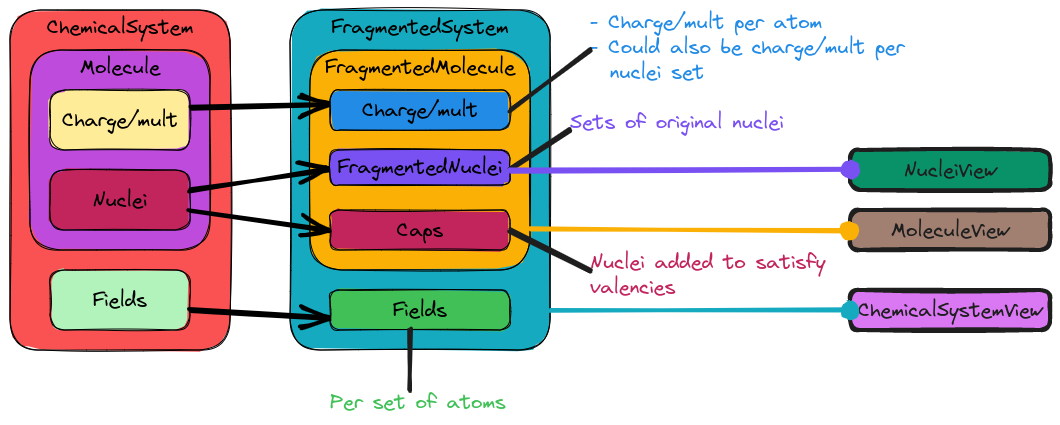
NWChemEx/Chemist keeps this Excalidraw diagram as docs/source/developer/design/chemistry/assets/fragmented_system.png. Above is the earlier version. Source tidied: one line per element, renumbered; positions are measured from the earlier drawing's top-left corner, leaving out a move shared by most shapes.
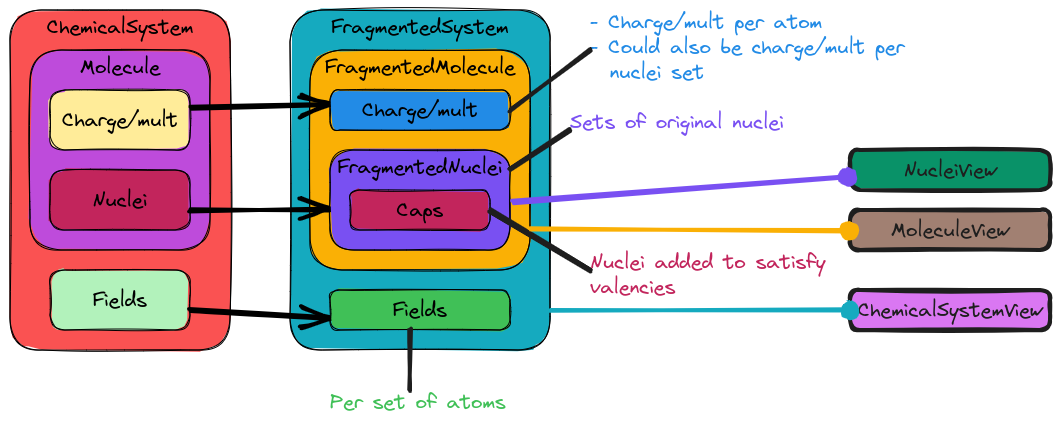
After the commit.

Diff of the diagram source:
```diff
@@ -8,15 +8,14 @@
 {"id": 7, "type": "text", "text": "Molecule", "strokeColor": "#000000", "strokeWidth": 1, "roughness": 1, "fontSize": 20, "fontFamily": 1, "textAlign": "center", "inside": 6, "x": 70, "y": 45, "width": 80, "height": 25}
 {"id": 8, "type": "rectangle", "strokeColor": "#000000", "backgroundColor": "#c2255c", "fillStyle": "solid", "strokeWidth": 1, "roughness": 1, "round": true, "x": 40, "y": 160, "width": 140, "height": 60}
 {"id": 9, "type": "text", "text": "Nuclei", "strokeColor": "#000000", "strokeWidth": 1, "roughness": 1, "fontSize": 20, "fontFamily": 1, "textAlign": "center", "verticalAlign": "middle", "inside": 8, "x": 83, "y": 178, "width": 55, "height": 25}
-{"id": 10, "type": "arrow", "strokeColor": "#000000", "strokeWidth": 4, "roughness": 1, "endArrowhead": "arrow", "round": true, "from": 8, "to": 11, "x": 180, "y": 180, "width": 139, "height": 20, "points": [[0, 0], [139, -20]]}
+{"id": 10, "type": "arrow", "strokeColor": "#000000", "strokeWidth": 4, "roughness": 1, "endArrowhead": "arrow", "round": true, "from": 8, "to": 11, "x": 180, "y": 200, "width": 140, "height": 0, "points": [[0, 0], [140, 0]]}
-{"id": 11, "type": "rectangle", "strokeColor": "#000000", "backgroundColor": "#7950f2", "fillStyle": "solid", "strokeWidth": 1, "roughness": 1, "round": true, "x": 320, "y": 140, "width": 180, "height": 35}
+{"id": 11, "type": "rectangle", "strokeColor": "#000000", "backgroundColor": "#7950f2", "fillStyle": "solid", "strokeWidth": 1, "roughness": 1, "round": true, "x": 320, "y": 140, "width": 180, "height": 100}
-{"id": 12, "type": "text", "text": "FragmentedNuclei", "strokeColor": "#000000", "strokeWidth": 1, "roughness": 1, "fontSize": 20, "fontFamily": 1, "textAlign": "center", "verticalAlign": "middle", "inside": 11, "x": 328, "y": 145, "width": 165, "height": 25}
+{"id": 12, "type": "text", "text": "FragmentedNuclei", "strokeColor": "#000000", "strokeWidth": 1, "roughness": 1, "fontSize": 20, "fontFamily": 1, "textAlign": "center", "inside": 11, "x": 328, "y": 145, "width": 165, "height": 25}
-{"id": 13, "type": "rectangle", "strokeColor": "#000000", "backgroundColor": "#c2255c", "fillStyle": "solid", "strokeWidth": 1, "roughness": 1, "round": true, "x": 320, "y": 200, "width": 180, "height": 40}
+{"id": 13, "type": "rectangle", "strokeColor": "#000000", "backgroundColor": "#c2255c", "fillStyle": "solid", "strokeWidth": 1, "roughness": 1, "round": true, "x": 340, "y": 180, "width": 140, "height": 40}
-{"id": 14, "type": "text", "text": "Caps", "strokeColor": "#000000", "strokeWidth": 1, "roughness": 1, "fontSize": 20, "fontFamily": 1, "textAlign": "center", "verticalAlign": "middle", "inside": 13, "x": 387, "y": 208, "width": 47, "height": 25}
+{"id": 14, "type": "text", "text": "Caps", "strokeColor": "#000000", "strokeWidth": 1, "roughness": 1, "fontSize": 20, "fontFamily": 1, "textAlign": "center", "verticalAlign": "middle", "inside": 13, "x": 387, "y": 188, "width": 47, "height": 25}
 {"id": 15, "type": "arrow", "strokeColor": "#000000", "strokeWidth": 4, "roughness": 1, "endArrowhead": "arrow", "round": true, "from": 16, "to": 22, "x": 181, "y": 98, "width": 138, "height": 3, "points": [[0, 0], [138, -3]]}
 {"id": 16, "type": "rectangle", "strokeColor": "#000000", "backgroundColor": "#ffec99", "fillStyle": "solid", "strokeWidth": 1, "roughness": 1, "round": true, "x": 40, "y": 80, "width": 140, "height": 60}
 {"id": 17, "type": "text", "text": "Charge/mult", "strokeColor": "#000000", "strokeWidth": 1, "roughness": 1, "fontSize": 20, "fontFamily": 1, "textAlign": "center", "verticalAlign": "middle", "inside": 16, "x": 52, "y": 98, "width": 116, "height": 25}
-{"id": 18, "type": "arrow", "strokeColor": "#000000", "strokeWidth": 4, "roughness": 1, "endArrowhead": "arrow", "round": true, "from": 8, "to": 13, "x": 180, "y": 200, "width": 140, "height": 20, "points": [[0, 0], [140, 20]]}
 {"id": 19, "type": "rectangle", "strokeColor": "#000000", "backgroundColor": "#b2f2bb", "fillStyle": "solid", "strokeWidth": 1, "roughness": 1, "round": true, "x": 40, "y": 260, "width": 140, "height": 60}
 {"id": 20, "type": "text", "text": "Fields", "strokeColor": "#000000", "strokeWidth": 1, "roughness": 1, "fontSize": 20, "fontFamily": 1, "textAlign": "center", "verticalAlign": "middle", "inside": 19, "x": 83, "y": 278, "width": 54, "height": 25}
 {"id": 21, "type": "arrow", "strokeColor": "#000000", "strokeWidth": 4, "roughness": 1, "endArrowhead": "arrow", "round": true, "from": 19, "to": 24, "x": 180, "y": 300, "width": 138, "height": 7, "points": [[0, 0], [138, 7]]}
@@ -29,7 +28,7 @@
 {"id": 28, "type": "text", "text": "Sets of original nuclei", "strokeColor": "#7950f2", "backgroundColor": "#ffec99", "fillStyle": "solid", "strokeWidth": 4, "roughness": 1, "fontSize": 20, "fontFamily": 1, "x": 560, "y": 100, "width": 214, "height": 25}
 {"id": 29, "type": "line", "strokeColor": "#1e1e1e", "backgroundColor": "#ffec99", "fillStyle": "solid", "strokeWidth": 4, "roughness": 1, "round": true, "x": 500, "y": 160, "width": 60, "height": 40, "points": [[0, 0], [60, -40]]}
 {"id": 30, "type": "text", "text": "Nuclei added to satisfy\nvalencies", "strokeColor": "#c2255c", "backgroundColor": "#ffec99", "fillStyle": "solid", "strokeWidth": 4, "roughness": 1, "fontSize": 20, "fontFamily": 1, "x": 580, "y": 240, "width": 235, "height": 50}
-{"id": 31, "type": "line", "strokeColor": "#1e1e1e", "backgroundColor": "#ffec99", "fillStyle": "solid", "strokeWidth": 4, "roughness": 1, "round": true, "x": 500, "y": 220, "width": 80, "height": 40, "points": [[0, 0], [80, 40]]}
+{"id": 31, "type": "line", "strokeColor": "#1e1e1e", "backgroundColor": "#ffec99", "fillStyle": "solid", "strokeWidth": 4, "roughness": 1, "round": true, "x": 480, "y": 200, "width": 100, "height": 60, "points": [[0, 0], [100, 60]]}
 {"id": 32, "type": "text", "text": "Per set of atoms", "strokeColor": "#40c057", "backgroundColor": "#ffec99", "fillStyle": "solid", "strokeWidth": 4, "roughness": 1, "fontSize": 20, "fontFamily": 1, "x": 320, "y": 380, "width": 176, "height": 25}
 {"id": 33, "type": "line", "strokeColor": "#1e1e1e", "backgroundColor": "#ffec99", "fillStyle": "solid", "strokeWidth": 4, "roughness": 1, "round": true, "x": 400, "y": 320, "width": 0, "height": 60, "points": [[0, 0], [0, 60]]}
 {"id": 34, "type": "rectangle", "strokeColor": "#1e1e1e", "backgroundColor": "#099268", "fillStyle": "solid", "strokeWidth": 4, "roughness": 1, "round": true, "x": 840, "y": 140, "width": 200, "height": 40}
@@ -38,6 +37,6 @@
 {"id": 37, "type": "text", "text": "MoleculeView", "strokeColor": "#1e1e1e", "backgroundColor": "#ffec99", "fillStyle": "solid", "strokeWidth": 4, "roughness": 1, "fontSize": 20, "fontFamily": 1, "textAlign": "center", "verticalAlign": "middle", "inside": 36, "x": 881, "y": 208, "width": 118, "height": 25}
 {"id": 38, "type": "rectangle", "strokeColor": "#1e1e1e", "backgroundColor": "#da77f2", "fillStyle": "solid", "strokeWidth": 4, "roughness": 1, "round": true, "x": 840, "y": 280, "width": 200, "height": 40}
 {"id": 39, "type": "text", "text": "ChemicalSystemView", "strokeColor": "#1e1e1e", "backgroundColor": "#ffec99", "fillStyle": "solid", "strokeWidth": 4, "roughness": 1, "fontSize": 20, "fontFamily": 1, "textAlign": "center", "verticalAlign": "middle", "inside": 38, "x": 848, "y": 288, "width": 185, "height": 25}
-{"id": 40, "type": "arrow", "strokeColor": "#7950f2", "backgroundColor": "#ffec99", "fillStyle": "solid", "strokeWidth": 4, "roughness": 1, "endArrowhead": "dot", "round": true, "from": 11, "to": 34, "x": 500, "y": 160, "width": 340, "height": 0, "points": [[0, 0], [340, 0]]}
+{"id": 40, "type": "arrow", "strokeColor": "#7950f2", "backgroundColor": "#ffec99", "fillStyle": "solid", "strokeWidth": 4, "roughness": 1, "endArrowhead": "dot", "round": true, "from": 11, "to": 34, "x": 503, "y": 191, "width": 334, "height": 24, "points": [[0, 0], [334, -24]]}
 {"id": 41, "type": "arrow", "strokeColor": "#fab005", "backgroundColor": "#ffec99", "fillStyle": "solid", "strokeWidth": 4, "roughness": 1, "endArrowhead": "dot", "round": true, "from": 4, "to": 36, "x": 520, "y": 220, "width": 320, "height": 0, "points": [[0, 0], [320, 0]]}
 {"id": 42, "type": "arrow", "strokeColor": "#15aabf", "backgroundColor": "#ffec99", "fillStyle": "solid", "strokeWidth": 4, "roughness": 1, "endArrowhead": "dot", "round": true, "from": 2, "to": 38, "x": 540, "y": 300, "width": 300, "height": 0, "points": [[0, 0], [300, 0]]}
```
